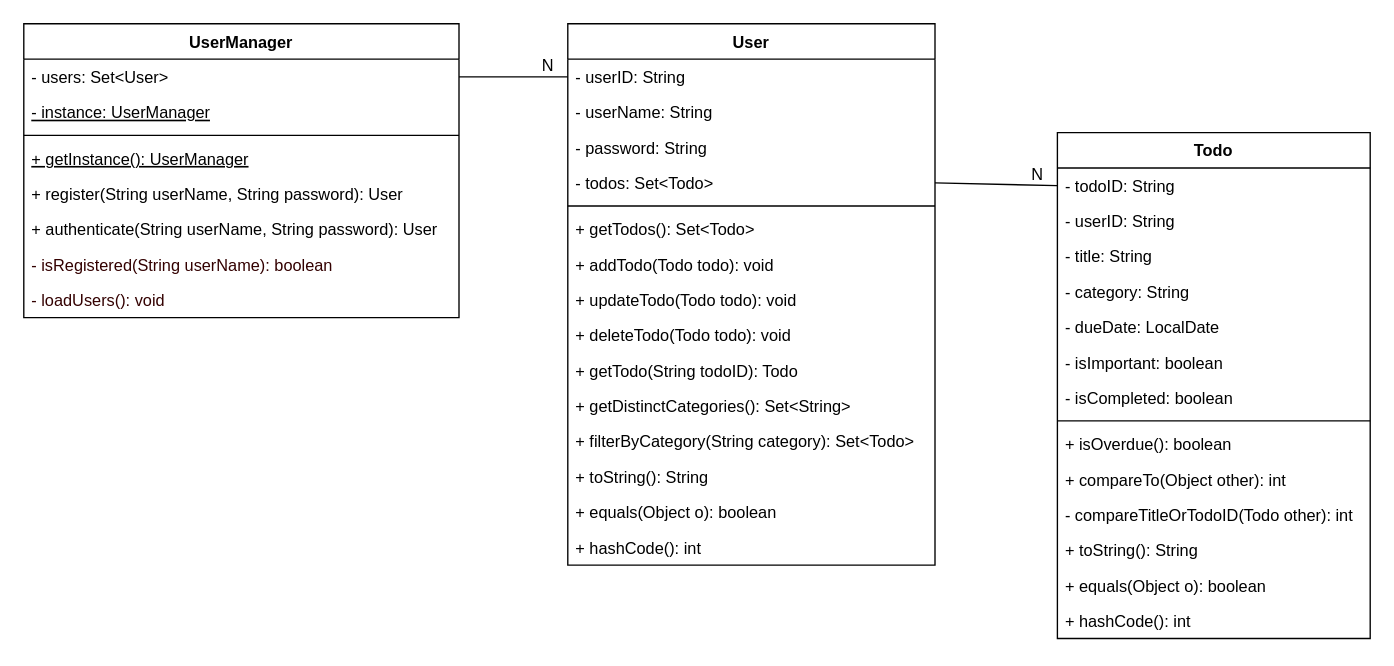
Before: page "Domain Model" (1 of 2) of docs/TodoApp.drawio in codeyard/bfh-todoapp, a draw.io diagram. Source tidied: cells renumbered, new cells numbered last; positions are measured from the earlier drawing's top-left corner, leaving out a move shared by most shapes. Both pictures are drawn from the tidied source at 136%, with x=0, y=0 at pixel (23, 23).
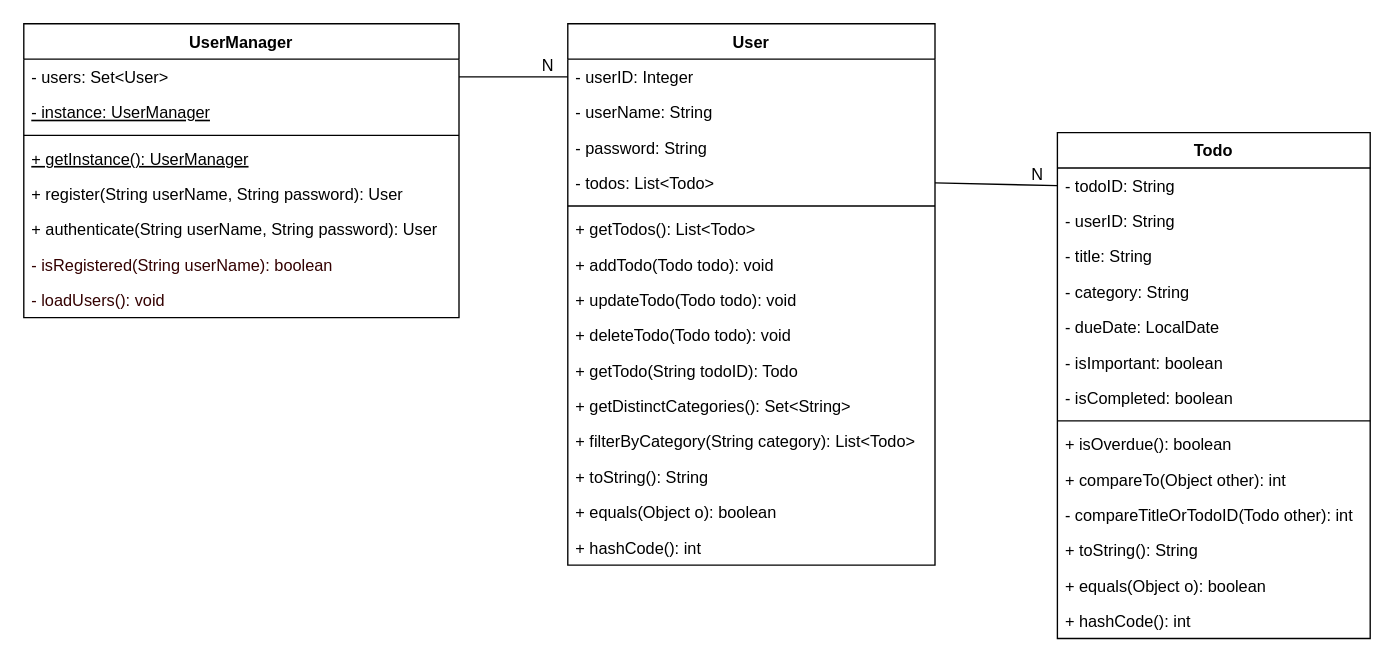
The same diagram, later.

Commit message (it also covers changes not shown here):
Update Domain Model doc to reflect changes from UUID to Integer IDs and Set to List

The change refers to these unchanged cells:
```xml
<mxCell id="2" value="User" style="swimlane;fontStyle=1;align=center;verticalAlign=top;horizontal=1;startSize=26;" parent="1" vertex="1">
  <mxGeometry x="400" width="270" height="398" as="geometry" />
</mxCell>
```

What changed in the source:
```diff
@@
-    <mxCell id="3" value="- userID: String&#10;" style="text;strokeColor=none;fillColor=none;align=left;verticalAlign=top;spacingLeft=4;spacingRight=4;overflow=hidden;points=[[0,0.5],[1,0.5]];portConstraint=eastwest;" parent="2" vertex="1">
+    <mxCell id="3" value="- userID: Integer&#10;" style="text;strokeColor=none;fillColor=none;align=left;verticalAlign=top;spacingLeft=4;spacingRight=4;overflow=hidden;points=[[0,0.5],[1,0.5]];portConstraint=eastwest;" parent="2" vertex="1">
       <mxGeometry y="26" width="270" height="26" as="geometry" />
     </mxCell>
@@
-    <mxCell id="6" value="- todos: Set&lt;Todo&gt;&#10;" style="text;strokeColor=none;fillColor=none;align=left;verticalAlign=top;spacingLeft=4;spacingRight=4;overflow=hidden;points=[[0,0.5],[1,0.5]];portConstraint=eastwest;" parent="2" vertex="1">
+    <mxCell id="6" value="- todos: List&lt;Todo&gt;&#10;" style="text;strokeColor=none;fillColor=none;align=left;verticalAlign=top;spacingLeft=4;spacingRight=4;overflow=hidden;points=[[0,0.5],[1,0.5]];portConstraint=eastwest;" parent="2" vertex="1">
       <mxGeometry y="104" width="270" height="26" as="geometry" />
     </mxCell>
@@
-    <mxCell id="8" value="+ getTodos(): Set&lt;Todo&gt;" style="text;strokeColor=none;fillColor=none;align=left;verticalAlign=top;spacingLeft=4;spacingRight=4;overflow=hidden;" parent="2" vertex="1">
+    <mxCell id="8" value="+ getTodos(): List&lt;Todo&gt;" style="text;strokeColor=none;fillColor=none;align=left;verticalAlign=top;spacingLeft=4;spacingRight=4;overflow=hidden;" parent="2" vertex="1">
       <mxGeometry y="138" width="270" height="26" as="geometry" />
     </mxCell>
@@
-    <mxCell id="14" value="+ filterByCategory(String category): Set&lt;Todo&gt;" style="text;strokeColor=none;fillColor=none;align=left;verticalAlign=top;spacingLeft=4;spacingRight=4;overflow=hidden;" parent="2" vertex="1">
+    <mxCell id="14" value="+ filterByCategory(String category): List&lt;Todo&gt;" style="text;strokeColor=none;fillColor=none;align=left;verticalAlign=top;spacingLeft=4;spacingRight=4;overflow=hidden;" parent="2" vertex="1">
       <mxGeometry y="294" width="270" height="26" as="geometry" />
     </mxCell>
```
